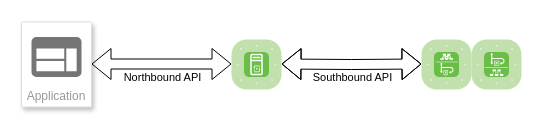
remche/diagrams keeps this draw.io diagram as spring/api.drawio. Above is the earlier version. Source tidied: cells renumbered, new cells numbered last; positions are measured from the earlier drawing's top-left corner, leaving out a move shared by most shapes. Both pictures are drawn from the tidied source at 100%, with x=0, y=0 at pixel (21, 21).
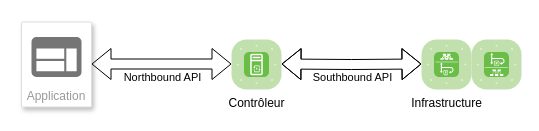
After the change.

Change to the diagram source:
```diff
@@
 <mxGraphModel background="#ffffff">
   <root>
     <mxCell id="0" />
     <mxCell id="1" parent="0" />
-    <mxCell id="2" style="verticalLabelPosition=bottom;html=1;fillColor=#6ABD46;strokeColor=#ffffff;verticalAlign=top;align=center;shape=mxgraph.cisco_safe.compositeIcon;bgIcon=mxgraph.cisco_safe.architecture.generic_appliance;resIcon=mxgraph.cisco_safe.architecture.aci_controller;" parent="1" vertex="1">
+    <mxCell id="2" value="Contrôleur" style="verticalLabelPosition=bottom;html=1;fillColor=#6ABD46;strokeColor=#ffffff;verticalAlign=top;align=center;shape=mxgraph.cisco_safe.compositeIcon;bgIcon=mxgraph.cisco_safe.architecture.generic_appliance;resIcon=mxgraph.cisco_safe.architecture.aci_controller;" parent="1" vertex="1">
       <mxGeometry x="210" y="18" width="50" height="50" as="geometry" />
     </mxCell>
     <mxCell id="3" style="verticalLabelPosition=bottom;html=1;fillColor=#6ABD46;strokeColor=#ffffff;verticalAlign=top;align=center;shape=mxgraph.cisco_safe.compositeIcon;bgIcon=mxgraph.cisco_safe.architecture.generic_appliance;resIcon=mxgraph.cisco_safe.architecture.aci_leaf_switch;" parent="1" vertex="1">
       <mxGeometry x="450" y="18" width="50" height="50" as="geometry" />
     </mxCell>
-    <mxCell id="4" style="verticalLabelPosition=bottom;html=1;fillColor=#6ABD46;strokeColor=#ffffff;verticalAlign=top;align=center;shape=mxgraph.cisco_safe.compositeIcon;bgIcon=mxgraph.cisco_safe.architecture.generic_appliance;resIcon=mxgraph.cisco_safe.architecture.aci_spine_switch;" parent="1" vertex="1">
+    <mxCell id="4" value="&lt;div&gt;Infrastructure&lt;/div&gt;" style="verticalLabelPosition=bottom;html=1;fillColor=#6ABD46;strokeColor=#ffffff;verticalAlign=top;align=center;shape=mxgraph.cisco_safe.compositeIcon;bgIcon=mxgraph.cisco_safe.architecture.generic_appliance;resIcon=mxgraph.cisco_safe.architecture.aci_spine_switch;" parent="1" vertex="1">
       <mxGeometry x="400" y="18" width="50" height="50" as="geometry" />
     </mxCell>
     <mxCell id="5" value="Application" style="strokeColor=#dddddd;shadow=1;strokeWidth=1;rounded=1;absoluteArcSize=1;arcSize=2;labelPosition=center;verticalLabelPosition=middle;align=center;verticalAlign=bottom;spacingLeft=0;fontColor=#999999;fontSize=12;whiteSpace=wrap;spacingBottom=2;" parent="1" vertex="1">
       <mxGeometry y="0.5" width="70" height="85" as="geometry" />
     </mxCell>
     <mxCell id="6" style="dashed=0;html=1;fillColor=#757575;strokeColor=none;shape=mxgraph.gcp2.application;" parent="5" vertex="1">
       <mxGeometry x="0.5" width="50" height="40" relative="1" as="geometry">
         <mxPoint x="-25" y="15" as="offset" />
       </mxGeometry>
     </mxCell>
     <mxCell id="7" style="shape=flexArrow;endArrow=classic;startArrow=classic;html=1;" parent="1" edge="1">
       <mxGeometry relative="1" as="geometry">
         <mxPoint x="70" y="42.5" as="sourcePoint" />
         <mxPoint x="210" y="42.5" as="targetPoint" />
       </mxGeometry>
     </mxCell>
     <mxCell id="8" value="&lt;div&gt;Northbound API&lt;/div&gt;" style="edgeLabel;html=1;align=center;verticalAlign=top;" parent="7" vertex="1">
       <mxGeometry x="-0.15" y="3" relative="1" as="geometry">
         <mxPoint x="10.8" y="3.5" as="offset" />
       </mxGeometry>
     </mxCell>
     <mxCell id="9" style="shape=flexArrow;endArrow=classic;startArrow=classic;html=1;" parent="1" edge="1">
       <mxGeometry relative="1" as="geometry">
         <mxPoint x="260" y="42.5" as="sourcePoint" />
         <mxPoint x="400" y="42.5" as="targetPoint" />
         <Array as="points">
           <mxPoint x="330" y="43" />
         </Array>
       </mxGeometry>
     </mxCell>
     <mxCell id="10" value="Southbound API" style="edgeLabel;html=1;align=center;verticalAlign=top;" parent="9" vertex="1">
       <mxGeometry x="-0.26" y="-2" relative="1" as="geometry">
         <mxPoint x="18.4" y="-1.9" as="offset" />
       </mxGeometry>
     </mxCell>
   </root>
 </mxGraphModel>
```
